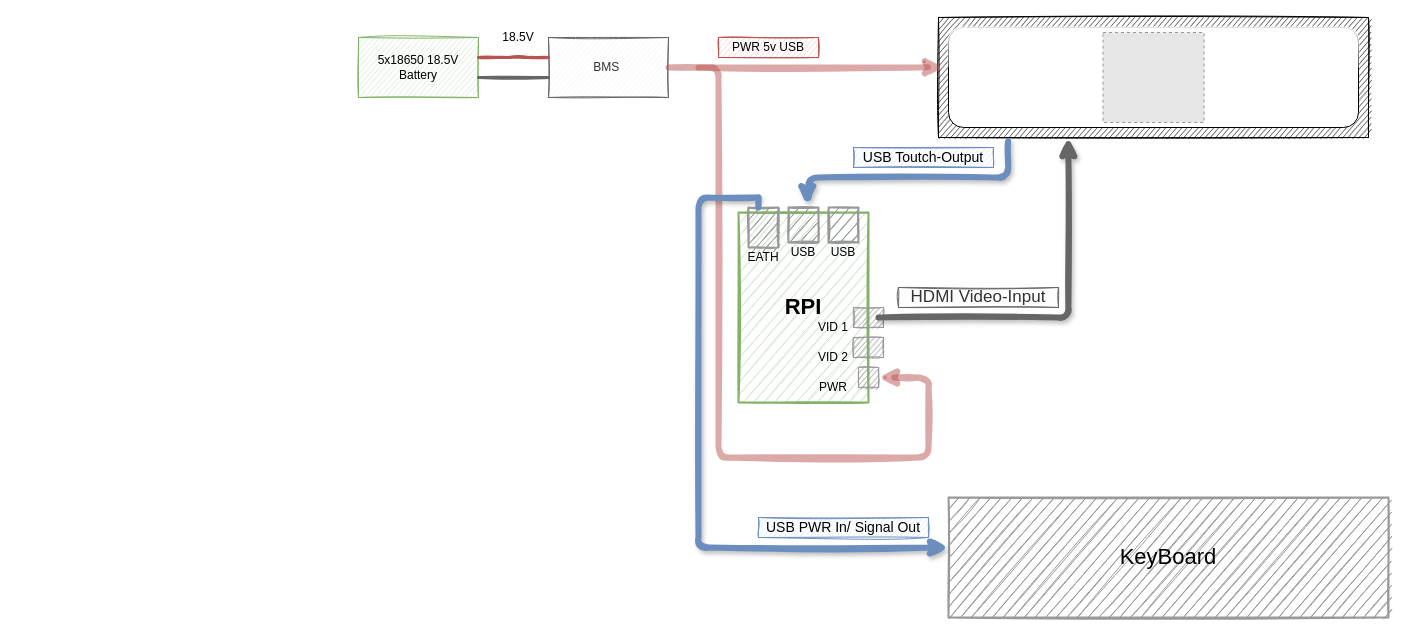
This is Untitled Diagram.drawio from DoggeBoi/Led_matirx-_clock, a draw.io file, before an edit. Source tidied: cells renumbered, new cells numbered last; positions are measured from the earlier drawing's top-left corner, leaving out a move shared by most shapes. Both pictures are drawn from the tidied source at 100%, with x=0, y=0 at pixel (358, 17). Pictures stored in the file or linked from it are replaced by grey dashed boxes.
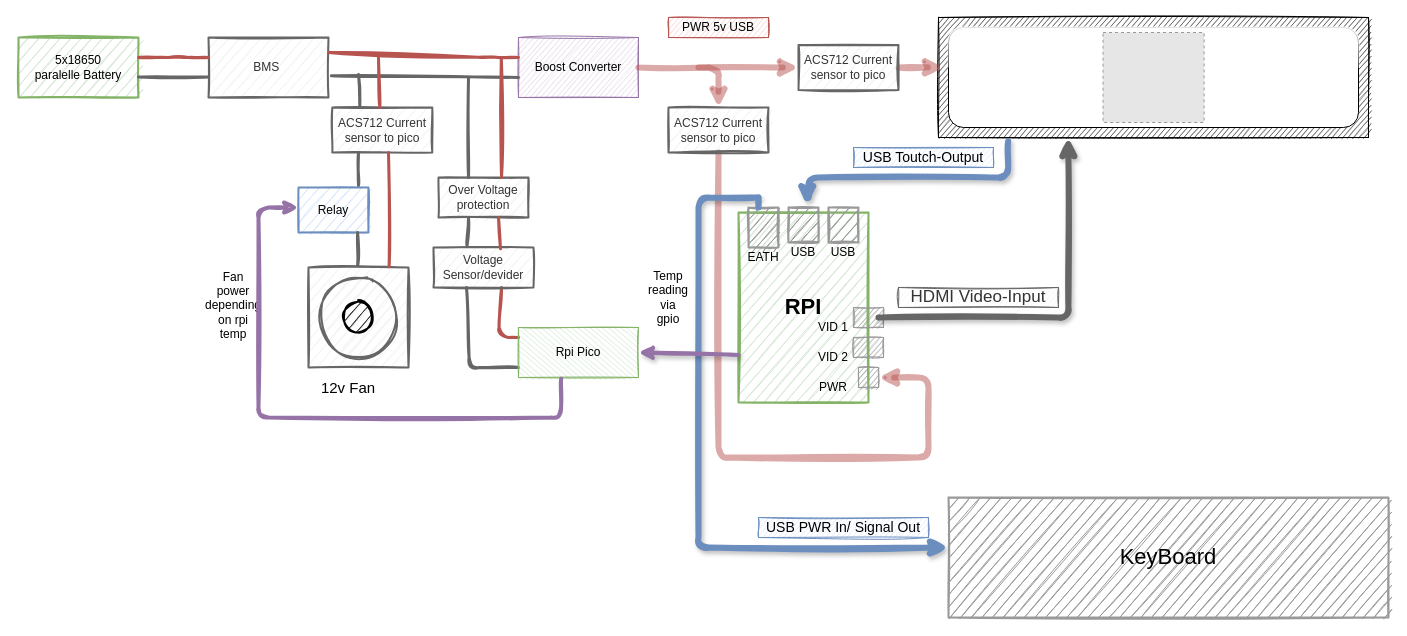
Above is the later version.

The change refers to these unchanged cells:
```xml
<mxCell id="10" value="&lt;font style=&quot;font-size: 22px&quot;&gt;&lt;b&gt;RPI&lt;/b&gt;&lt;/font&gt;" style="rounded=0;whiteSpace=wrap;html=1;fillColor=#d5e8d4;strokeColor=#82b366;strokeWidth=2;shadow=0;sketch=1;glass=0;" parent="1" vertex="1">
  <mxGeometry x="380" y="195" width="130" height="190" as="geometry" />
</mxCell>
```

The edit, as a diff of the source:
```diff
@@
-    <mxCell id="2" value="5x18650 18.5V Battery" style="rounded=0;whiteSpace=wrap;html=1;fillColor=#d5e8d4;strokeColor=#82b366;sketch=1;" parent="1" vertex="1">
-      <mxGeometry y="20" width="120" height="60" as="geometry" />
+    <mxCell id="2" value="5x18650 paralelle&amp;nbsp;Battery" style="rounded=0;whiteSpace=wrap;html=1;fillColor=#d5e8d4;strokeColor=#82b366;sketch=1;strokeWidth=2;" parent="1" vertex="1">
+      <mxGeometry x="-340" y="20" width="120" height="60" as="geometry" />
     </mxCell>
-    <mxCell id="3" value="BMS&amp;nbsp;" style="rounded=0;whiteSpace=wrap;html=1;sketch=1;fillColor=#f5f5f5;strokeColor=#666666;fontColor=#333333;" parent="1" vertex="1">
-      <mxGeometry x="190" y="20" width="120" height="60" as="geometry" />
+    <mxCell id="3" value="BMS&amp;nbsp;" style="rounded=0;whiteSpace=wrap;html=1;sketch=1;fillColor=#f5f5f5;strokeColor=#666666;fontColor=#333333;strokeWidth=2;" parent="1" vertex="1">
+      <mxGeometry x="-150" y="20" width="120" height="60" as="geometry" />
     </mxCell>
     <mxCell id="4" style="endArrow=none;html=1;entryX=0;entryY=0.25;entryDx=0;entryDy=0;exitX=1;exitY=0.25;exitDx=0;exitDy=0;fillColor=#f5f5f5;strokeWidth=3;strokeColor=#666666;sketch=1;" parent="1" edge="1">
       <mxGeometry relative="1" as="geometry">
-        <mxPoint x="120" y="60" as="sourcePoint" />
-        <mxPoint x="190" y="60" as="targetPoint" />
+        <mxPoint x="-220" y="59.6" as="sourcePoint" />
+        <mxPoint x="-150" y="59.6" as="targetPoint" />
       </mxGeometry>
     </mxCell>
     <mxCell id="5" style="endArrow=none;html=1;entryX=0;entryY=0.25;entryDx=0;entryDy=0;exitX=1;exitY=0.25;exitDx=0;exitDy=0;fillColor=#f8cecc;strokeWidth=3;strokeColor=#b85450;sketch=1;" parent="1" edge="1">
       <mxGeometry relative="1" as="geometry">
-        <mxPoint x="120" y="40" as="sourcePoint" />
-        <mxPoint x="190" y="40" as="targetPoint" />
+        <mxPoint x="-220" y="40" as="sourcePoint" />
+        <mxPoint x="-150" y="40" as="targetPoint" />
         <Array as="points">
-          <mxPoint x="160" y="40" />
+          <mxPoint x="-180" y="40" />
         </Array>
       </mxGeometry>
     </mxCell>
-    <mxCell id="6" value="18.5V" style="text;html=1;strokeColor=none;fillColor=none;align=center;verticalAlign=middle;whiteSpace=wrap;rounded=0;" parent="1" vertex="1">
-      <mxGeometry x="140" y="10" width="40" height="20" as="geometry" />
-    </mxCell>
@@
-    <mxCell id="27" style="edgeStyle=orthogonalEdgeStyle;endArrow=classic;html=1;shadow=0;strokeColor=#b85450;strokeWidth=6;sketch=1;fillColor=#f8cecc;exitX=1;exitY=0.5;exitDx=0;exitDy=0;opacity=50;" parent="1" edge="1" source="3">
+    <mxCell id="27" style="edgeStyle=orthogonalEdgeStyle;endArrow=classic;html=1;shadow=0;strokeColor=#b85450;strokeWidth=6;sketch=1;fillColor=#f8cecc;opacity=50;" parent="1" edge="1" source="48">
       <mxGeometry relative="1" as="geometry">
         <mxPoint x="520" y="360" as="targetPoint" />
         <Array as="points">
-          <mxPoint x="360" y="50" />
           <mxPoint x="360" y="440" />
           <mxPoint x="570" y="440" />
           <mxPoint x="570" y="360" />
         </Array>
       </mxGeometry>
     </mxCell>
     <mxCell id="28" value="PWR 5v USB" style="text;html=1;strokeColor=#b85450;fillColor=#f8cecc;align=center;verticalAlign=middle;whiteSpace=wrap;rounded=0;sketch=1;" parent="1" vertex="1">
-      <mxGeometry x="360" y="20" width="100" height="20" as="geometry" />
+      <mxGeometry x="310" width="100" height="20" as="geometry" />
     </mxCell>
-    <mxCell id="29" style="endArrow=classic;html=1;shadow=0;strokeColor=#b85450;strokeWidth=6;fillColor=#f8cecc;sketch=1;opacity=50;" parent="1" edge="1">
+    <mxCell id="29" style="endArrow=classic;html=1;shadow=0;strokeColor=#b85450;strokeWidth=6;fillColor=#f8cecc;sketch=1;opacity=50;" parent="1" edge="1" source="46">
       <mxGeometry relative="1" as="geometry">
-        <mxPoint x="340" y="50" as="sourcePoint" />
         <mxPoint x="585" y="49.8" as="targetPoint" />
       </mxGeometry>
     </mxCell>
@@
+    <mxCell id="34" value="Boost Converter" style="rounded=0;whiteSpace=wrap;html=1;sketch=1;fillColor=#e1d5e7;strokeColor=#9673a6;" parent="1" vertex="1">
+      <mxGeometry x="160" y="20" width="120" height="60" as="geometry" />
+    </mxCell>
+    <mxCell id="35" style="endArrow=none;html=1;entryX=0;entryY=0.25;entryDx=0;entryDy=0;exitX=1.024;exitY=0.639;exitDx=0;exitDy=0;fillColor=#f5f5f5;strokeWidth=3;strokeColor=#666666;sketch=1;exitPerimeter=0;" parent="1" edge="1" source="3">
+      <mxGeometry relative="1" as="geometry">
+        <mxPoint x="160" y="60" as="targetPoint" />
+      </mxGeometry>
+    </mxCell>
+    <mxCell id="36" style="endArrow=none;html=1;entryX=0;entryY=0.25;entryDx=0;entryDy=0;exitX=1;exitY=0.25;exitDx=0;exitDy=0;fillColor=#f8cecc;strokeWidth=3;strokeColor=#b85450;sketch=1;" parent="1" edge="1" source="3">
+      <mxGeometry relative="1" as="geometry">
+        <mxPoint x="160" y="40" as="targetPoint" />
+        <Array as="points">
+          <mxPoint x="130" y="40" />
+        </Array>
+      </mxGeometry>
+    </mxCell>
+    <mxCell id="37" style="endArrow=none;html=1;strokeWidth=3;fillColor=#f8cecc;strokeColor=#b85450;sketch=1;" parent="1" edge="1">
+      <mxGeometry relative="1" as="geometry">
+        <mxPoint x="160" y="320" as="sourcePoint" />
+        <mxPoint x="143" y="270" as="targetPoint" />
+        <Array as="points">
+          <mxPoint x="140" y="320" />
+        </Array>
+      </mxGeometry>
+    </mxCell>
+    <mxCell id="38" style="endArrow=none;html=1;strokeWidth=3;fillColor=#f5f5f5;strokeColor=#666666;sketch=1;" parent="1" edge="1">
+      <mxGeometry relative="1" as="geometry">
+        <mxPoint x="160" y="350" as="sourcePoint" />
+        <mxPoint x="108" y="270" as="targetPoint" />
+        <Array as="points">
+          <mxPoint x="111" y="350" />
+        </Array>
+      </mxGeometry>
+    </mxCell>
+    <mxCell id="39" value="Voltage Sensor/devider" style="text;html=1;strokeColor=#666666;fillColor=#f5f5f5;align=center;verticalAlign=middle;whiteSpace=wrap;rounded=0;sketch=1;fontColor=#333333;shadow=0;strokeWidth=2;" parent="1" vertex="1">
+      <mxGeometry x="75" y="230" width="100" height="40" as="geometry" />
+    </mxCell>
+    <mxCell id="40" value="Over Voltage protection" style="rounded=0;whiteSpace=wrap;html=1;shadow=0;sketch=1;fillColor=#f5f5f5;strokeColor=#666666;fontColor=#333333;direction=east;strokeWidth=2;" parent="1" vertex="1">
+      <mxGeometry x="80" y="160" width="90" height="40" as="geometry" />
+    </mxCell>
+    <mxCell id="41" style="endArrow=none;html=1;fillColor=#f5f5f5;strokeWidth=3;strokeColor=#666666;sketch=1;" parent="1" edge="1">
+      <mxGeometry relative="1" as="geometry">
+        <mxPoint x="110" y="160" as="sourcePoint" />
+        <mxPoint x="110" y="60" as="targetPoint" />
+      </mxGeometry>
+    </mxCell>
+    <mxCell id="42" style="endArrow=none;html=1;fillColor=#f8cecc;strokeWidth=3;strokeColor=#b85450;sketch=1;" parent="1" edge="1">
+      <mxGeometry relative="1" as="geometry">
+        <mxPoint x="143" y="160" as="sourcePoint" />
+        <mxPoint x="142.8" y="40" as="targetPoint" />
+      </mxGeometry>
+    </mxCell>
+    <mxCell id="43" style="endArrow=none;html=1;fillColor=#f8cecc;strokeWidth=3;strokeColor=#b85450;sketch=1;exitX=0.67;exitY=0.033;exitDx=0;exitDy=0;exitPerimeter=0;" parent="1" edge="1" source="39">
+      <mxGeometry relative="1" as="geometry">
+        <mxPoint x="140" y="200" as="targetPoint" />
+      </mxGeometry>
+    </mxCell>
+    <mxCell id="44" style="endArrow=none;html=1;fillColor=#f5f5f5;strokeWidth=3;strokeColor=#666666;sketch=1;exitX=0.335;exitY=-0.034;exitDx=0;exitDy=0;exitPerimeter=0;" parent="1" edge="1" source="39">
+      <mxGeometry relative="1" as="geometry">
+        <mxPoint x="110" y="200" as="targetPoint" />
+      </mxGeometry>
+    </mxCell>
+    <mxCell id="45" value="Rpi Pico" style="text;html=1;strokeColor=#82b366;fillColor=#d5e8d4;align=center;verticalAlign=middle;whiteSpace=wrap;rounded=0;sketch=1;shadow=0;direction=south;" parent="1" vertex="1">
+      <mxGeometry x="160" y="310" width="120" height="50" as="geometry" />
+    </mxCell>
+    <mxCell id="46" value="ACS712 Current sensor to pico" style="rounded=0;whiteSpace=wrap;html=1;shadow=0;sketch=1;fillColor=#f5f5f5;strokeColor=#666666;fontColor=#333333;direction=east;strokeWidth=2;" parent="1" vertex="1">
+      <mxGeometry x="440" y="27.5" width="100" height="45" as="geometry" />
+    </mxCell>
+    <mxCell id="47" style="endArrow=classic;html=1;shadow=0;strokeColor=#b85450;strokeWidth=6;fillColor=#f8cecc;sketch=1;opacity=50;" parent="1" edge="1" target="46">
+      <mxGeometry relative="1" as="geometry">
+        <mxPoint x="340" y="50" as="sourcePoint" />
+      </mxGeometry>
+    </mxCell>
+    <mxCell id="48" value="ACS712 Current sensor to pico" style="rounded=0;whiteSpace=wrap;html=1;shadow=0;sketch=1;fillColor=#f5f5f5;strokeColor=#666666;fontColor=#333333;direction=east;strokeWidth=2;" parent="1" vertex="1">
+      <mxGeometry x="310" y="90" width="100" height="45" as="geometry" />
+    </mxCell>
+    <mxCell id="49" style="edgeStyle=orthogonalEdgeStyle;endArrow=classic;html=1;shadow=0;strokeColor=#b85450;strokeWidth=6;sketch=1;fillColor=#f8cecc;opacity=50;" parent="1" edge="1" target="48">
+      <mxGeometry relative="1" as="geometry">
+        <mxPoint x="280" y="50" as="sourcePoint" />
+        <Array as="points">
+          <mxPoint x="360" y="50" />
+        </Array>
+      </mxGeometry>
+    </mxCell>
+    <mxCell id="50" style="whiteSpace=wrap;html=1;shadow=0;sketch=1;strokeWidth=2;glass=0;fillColor=#f5f5f5;strokeColor=#666666;fontColor=#333333;" parent="1" vertex="1">
+      <mxGeometry x="-50" y="250" width="100" height="100" as="geometry" />
+    </mxCell>
+    <mxCell id="51" style="ellipse;whiteSpace=wrap;html=1;shadow=0;glass=0;sketch=1;strokeWidth=2;fillColor=#f5f5f5;strokeColor=#666666;fontColor=#333333;" parent="1" vertex="1">
+      <mxGeometry x="-40" y="260" width="80" height="80" as="geometry" />
+    </mxCell>
+    <mxCell id="52" style="ellipse;whiteSpace=wrap;html=1;shadow=0;glass=0;sketch=1;strokeWidth=2;gradientColor=none;fillColor=#333333;" parent="1" vertex="1">
+      <mxGeometry x="-16.2" y="283.8" width="31.2" height="31.2" as="geometry" />
+    </mxCell>
+    <mxCell id="53" value="&lt;font style=&quot;font-size: 15px&quot;&gt;12v Fan&lt;/font&gt;" style="text;html=1;strokeColor=none;fillColor=none;align=center;verticalAlign=middle;whiteSpace=wrap;rounded=0;shadow=0;glass=0;sketch=1;strokeWidth=3;" parent="1" vertex="1">
+      <mxGeometry x="-50" y="360" width="80" height="20" as="geometry" />
+    </mxCell>
+    <mxCell id="54" value="ACS712 Current sensor to pico" style="rounded=0;whiteSpace=wrap;html=1;shadow=0;sketch=1;fillColor=#f5f5f5;strokeColor=#666666;fontColor=#333333;direction=east;strokeWidth=2;" parent="1" vertex="1">
+      <mxGeometry x="-26.2" y="90" width="100" height="45" as="geometry" />
+    </mxCell>
+    <mxCell id="55" style="endArrow=none;html=1;fillColor=#f5f5f5;strokeWidth=3;strokeColor=#666666;sketch=1;" parent="1" edge="1">
+      <mxGeometry relative="1" as="geometry">
+        <mxPoint y="168" as="sourcePoint" />
+        <mxPoint y="135" as="targetPoint" />
+      </mxGeometry>
+    </mxCell>
+    <mxCell id="56" style="endArrow=none;html=1;fillColor=#f8cecc;strokeWidth=3;strokeColor=#b85450;sketch=1;exitX=0.806;exitY=-0.007;exitDx=0;exitDy=0;exitPerimeter=0;" parent="1" edge="1" source="50">
+      <mxGeometry relative="1" as="geometry">
+        <mxPoint x="30" y="135" as="targetPoint" />
+      </mxGeometry>
+    </mxCell>
+    <mxCell id="57" style="endArrow=none;html=1;fillColor=#f5f5f5;strokeWidth=3;strokeColor=#666666;sketch=1;exitX=0.614;exitY=-0.019;exitDx=0;exitDy=0;exitPerimeter=0;" parent="1" edge="1">
+      <mxGeometry relative="1" as="geometry">
+        <mxPoint x="1.4" y="90" as="sourcePoint" />
+        <mxPoint y="56.9" as="targetPoint" />
+      </mxGeometry>
+    </mxCell>
+    <mxCell id="58" style="endArrow=none;html=1;fillColor=#f8cecc;strokeWidth=3;strokeColor=#b85450;sketch=1;exitX=0.614;exitY=-0.019;exitDx=0;exitDy=0;exitPerimeter=0;" parent="1" edge="1">
+      <mxGeometry relative="1" as="geometry">
+        <mxPoint x="21.4" y="90" as="sourcePoint" />
+        <mxPoint x="20" y="40" as="targetPoint" />
+      </mxGeometry>
+    </mxCell>
+    <mxCell id="59" style="endArrow=classic;html=1;strokeWidth=4;sketch=1;entryX=0.5;entryY=0;entryDx=0;entryDy=0;exitX=0;exitY=0.75;exitDx=0;exitDy=0;fillColor=#e1d5e7;strokeColor=#9673a6;shadow=1;" parent="1" edge="1" source="10" target="45">
+      <mxGeometry relative="1" as="geometry" />
+    </mxCell>
+    <mxCell id="60" value="Temp reading via gpio" style="text;html=1;strokeColor=none;fillColor=none;align=center;verticalAlign=middle;whiteSpace=wrap;rounded=0;shadow=0;glass=0;sketch=1;" parent="1" vertex="1">
+      <mxGeometry x="290" y="245" width="40" height="70" as="geometry" />
+    </mxCell>
+    <mxCell id="61" value="Relay" style="rounded=0;whiteSpace=wrap;html=1;shadow=0;sketch=1;fillColor=#dae8fc;strokeColor=#6c8ebf;direction=east;strokeWidth=2;" parent="1" vertex="1">
+      <mxGeometry x="-60" y="170" width="70" height="45" as="geometry" />
+    </mxCell>
+    <mxCell id="62" style="endArrow=none;html=1;fillColor=#f5f5f5;strokeWidth=3;strokeColor=#666666;sketch=1;" parent="1" edge="1">
+      <mxGeometry relative="1" as="geometry">
+        <mxPoint x="-0.9" y="248" as="sourcePoint" />
+        <mxPoint x="-0.9" y="215" as="targetPoint" />
+      </mxGeometry>
+    </mxCell>
+    <mxCell id="63" value="Fan power depending on rpi temp" style="text;html=1;strokeColor=none;fillColor=none;align=center;verticalAlign=middle;whiteSpace=wrap;rounded=0;shadow=0;glass=0;sketch=1;" parent="1" vertex="1">
+      <mxGeometry x="-150" y="250" width="50" height="76.2" as="geometry" />
+    </mxCell>
+    <mxCell id="64" style="edgeStyle=segmentEdgeStyle;endArrow=classic;html=1;shadow=0;strokeWidth=4;fillColor=#e1d5e7;strokeColor=#9673a6;sketch=1;exitX=1.026;exitY=0.645;exitDx=0;exitDy=0;exitPerimeter=0;" parent="1" edge="1" source="45">
+      <mxGeometry relative="1" as="geometry">
+        <mxPoint x="-60" y="190" as="targetPoint" />
+        <Array as="points">
+          <mxPoint x="203" y="400" />
+          <mxPoint x="-100" y="450" />
+          <mxPoint x="-100" y="190" />
+        </Array>
+      </mxGeometry>
+    </mxCell>
```
